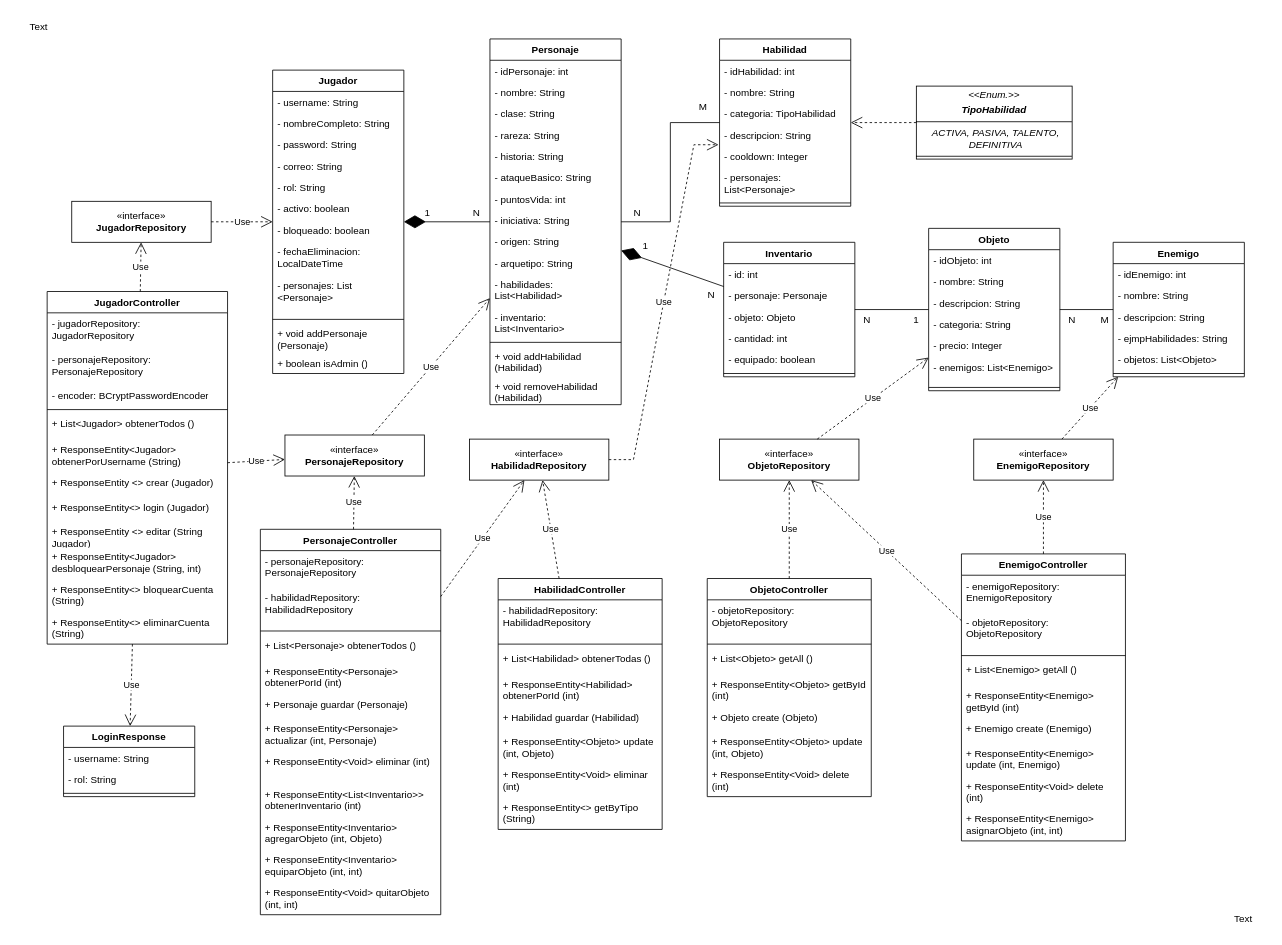
This is Figuras y gráficos/diagrama-clases.drawio from DiegoAP93/es_legacy_app_unendo_project, a draw.io file, before an edit. Source tidied: cells renumbered, new cells numbered last; positions are measured from the earlier drawing's top-left corner, leaving out a move shared by most shapes. Both pictures are drawn from the tidied source at 82%, with x=0, y=0 at pixel (14, 14).
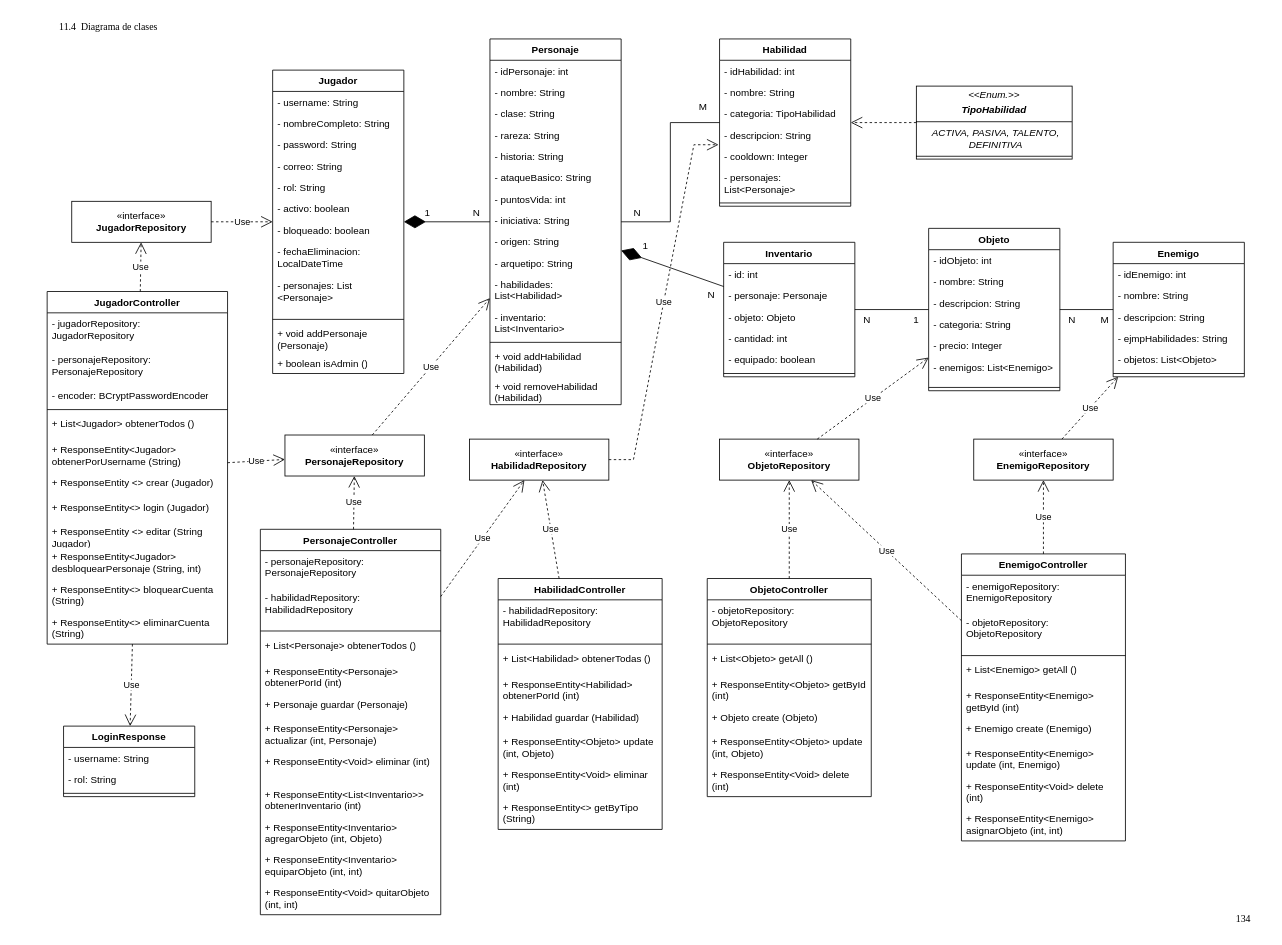
Above is the later version.

Commit message (it also covers changes not shown here):
Se editó el diagrama de clases para tener la paginación. Se crearon los documentos arreglados para pasar a impresión física, y añadir las imágenes de los packs usados en el power point.

What changed in the source:
```diff
@@
-    <mxCell id="154" value="Text" style="text;html=1;whiteSpace=wrap;strokeColor=none;fillColor=none;align=center;verticalAlign=middle;rounded=0;" parent="1" vertex="1">
-      <mxGeometry width="60" height="30" as="geometry" />
+    <mxCell id="154" value="&lt;font face=&quot;Times New Roman&quot;&gt;11.4&amp;nbsp; Diagrama de clases&lt;/font&gt;" style="text;html=1;whiteSpace=wrap;strokeColor=none;fillColor=none;align=center;verticalAlign=middle;rounded=0;" parent="1" vertex="1">
+      <mxGeometry width="230" height="30" as="geometry" />
     </mxCell>
-    <mxCell id="155" value="Text" style="text;html=1;whiteSpace=wrap;strokeColor=none;fillColor=none;align=center;verticalAlign=middle;rounded=0;" parent="1" vertex="1">
+    <mxCell id="155" value="&lt;font face=&quot;Times New Roman&quot;&gt;134&lt;/font&gt;" style="text;html=1;whiteSpace=wrap;strokeColor=none;fillColor=none;align=center;verticalAlign=middle;rounded=0;" parent="1" vertex="1">
       <mxGeometry x="1469" y="1088" width="60" height="30" as="geometry" />
     </mxCell>
```
